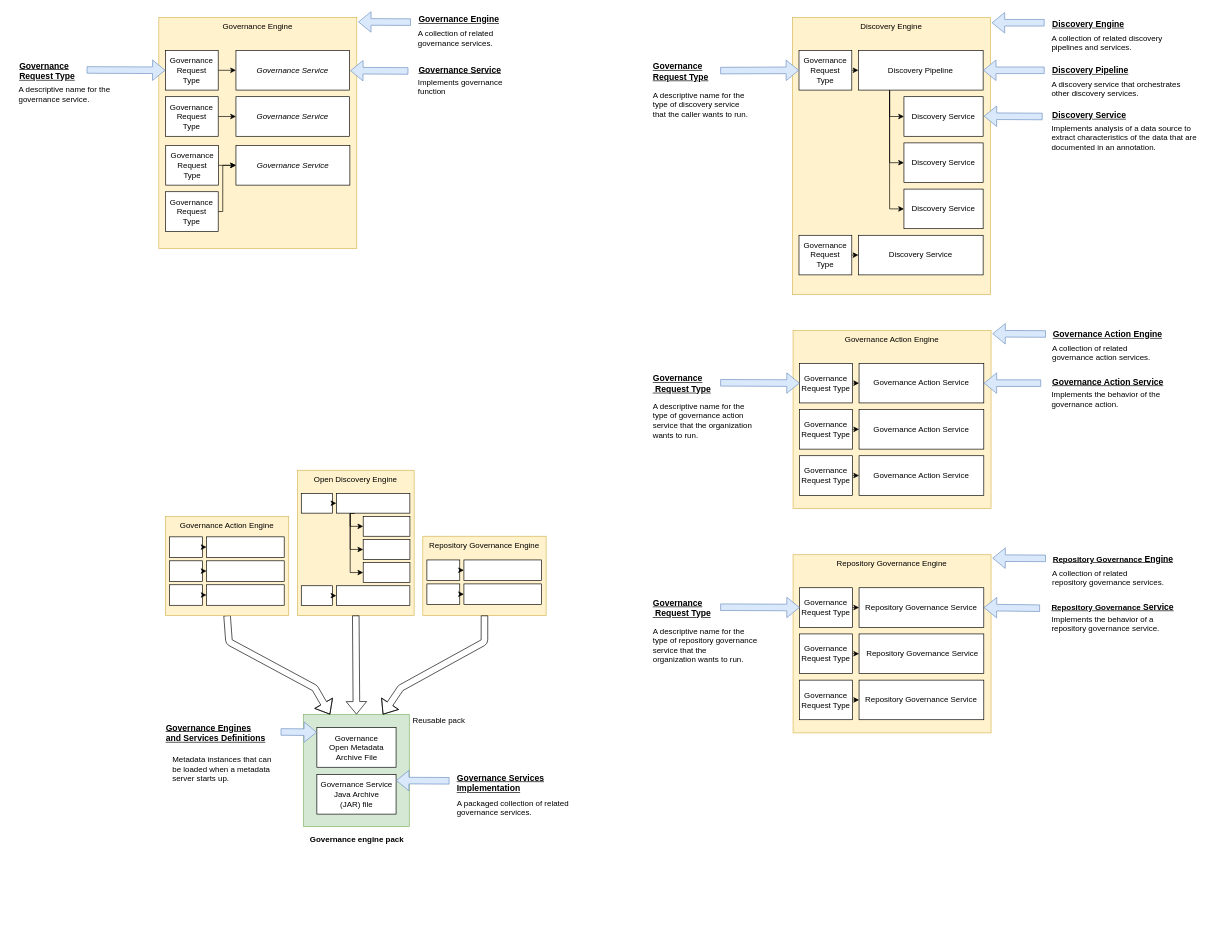
The draw.io diagram page "governance-engine-packs" (6 of 8) of site/docs/guides/developer/open-metadata-archives/open-metadata-archives.drawio in odpi/egeria-docs, before the edit. Source tidied: cells renumbered, new cells numbered last; positions are measured from the earlier drawing's top-left corner, leaving out a move shared by most shapes. Both pictures are drawn from the tidied source at 66%, with x=0, y=0 at pixel (11, 13).
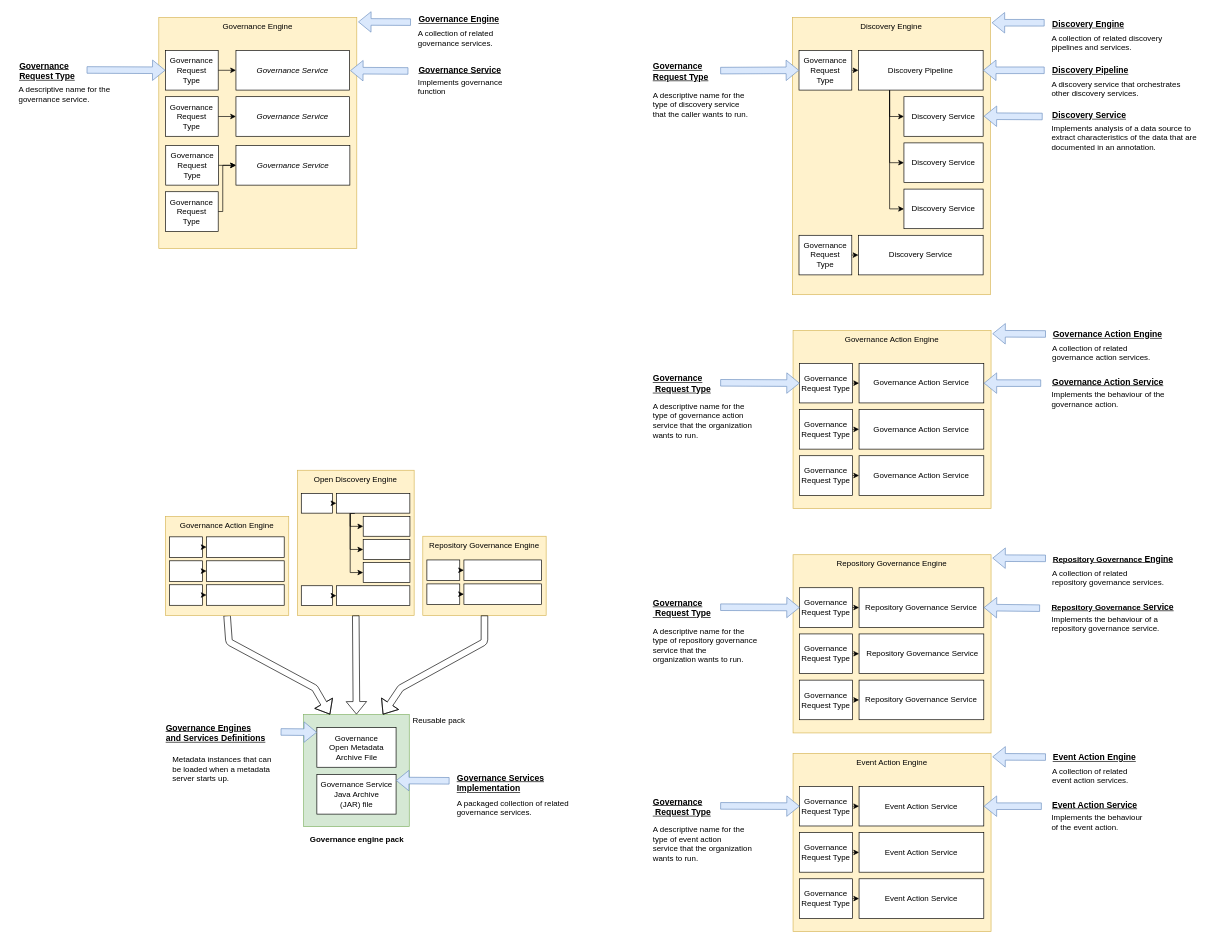
The same diagram, later.

What changed in the source:
```diff
@@
-    <mxCell id="52" value="Implements the behavior of the&lt;br&gt;governance action.&amp;nbsp;" style="text;html=1;align=left;verticalAlign=top;spacingTop=0;spacingLeft=9;" parent="1" vertex="1">
-      <mxGeometry x="1565.1" y="565" width="190" height="30" as="geometry" />
+    <mxCell id="52" value="Implements the behaviour of the&lt;br&gt;governance action.&amp;nbsp;" style="text;html=1;align=left;verticalAlign=top;spacingTop=0;spacingLeft=9;" parent="1" vertex="1">
+      <mxGeometry x="1565.1" y="565" width="200" height="40" as="geometry" />
     </mxCell>
@@
-    <mxCell id="71" value="Implements the behavior of a&lt;br&gt;repository governance service.&amp;nbsp;" style="text;html=1;align=left;verticalAlign=top;spacingTop=0;spacingLeft=9;" parent="1" vertex="1">
-      <mxGeometry x="1565.1" y="905" width="190" height="30" as="geometry" />
+    <mxCell id="71" value="Implements the behaviour of a&lt;br&gt;repository governance service.&amp;nbsp;" style="text;html=1;align=left;verticalAlign=top;spacingTop=0;spacingLeft=9;" parent="1" vertex="1">
+      <mxGeometry x="1565.1" y="905" width="200" height="40" as="geometry" />
     </mxCell>
@@
+    <mxCell id="130" value="Event Action Engine" style="rounded=0;whiteSpace=wrap;html=1;verticalAlign=top;fillColor=#fff2cc;strokeColor=#d6b656;" parent="1" vertex="1">
+      <mxGeometry x="1184.1" y="1122" width="300" height="270" as="geometry" />
+    </mxCell>
+    <mxCell id="131" value="Event Action Service" style="rounded=0;whiteSpace=wrap;html=1;" parent="1" vertex="1">
+      <mxGeometry x="1284.1" y="1172" width="189" height="60" as="geometry" />
+    </mxCell>
+    <mxCell id="132" value="A collection of related&lt;br&gt;event action services." style="text;html=1;align=left;verticalAlign=top;spacingTop=0;spacingLeft=9;" parent="1" vertex="1">
+      <mxGeometry x="1566.1" y="1136" width="150" height="40" as="geometry" />
+    </mxCell>
+    <mxCell id="133" value="Implements the behaviour&lt;br&gt;of the event action.&amp;nbsp;" style="text;html=1;align=left;verticalAlign=top;spacingTop=0;spacingLeft=9;" parent="1" vertex="1">
+      <mxGeometry x="1565.1" y="1206" width="170" height="40" as="geometry" />
+    </mxCell>
+    <mxCell id="134" style="shape=flexArrow;endArrow=classic;html=1;fillColor=#dae8fc;fontSize=13;strokeColor=#6c8ebf;entryX=1.007;entryY=0.019;entryDx=0;entryDy=0;entryPerimeter=0;" parent="1" edge="1" source="136" target="130">
+      <mxGeometry relative="1" as="geometry" />
+    </mxCell>
+    <mxCell id="135" style="shape=flexArrow;endArrow=classic;html=1;fillColor=#dae8fc;fontSize=13;entryX=1;entryY=0.5;entryDx=0;entryDy=0;exitX=-0.033;exitY=0.6;exitDx=0;exitDy=0;exitPerimeter=0;strokeColor=#6c8ebf;" parent="1" edge="1" source="137" target="131">
+      <mxGeometry relative="1" as="geometry" />
+    </mxCell>
+    <mxCell id="136" value="Event Action Engine" style="text;html=1;points=[];align=left;verticalAlign=top;spacingTop=-4;fontSize=13;fontStyle=5;spacingLeft=9;" parent="1" vertex="1">
+      <mxGeometry x="1567.1" y="1118" width="160" height="20" as="geometry" />
+    </mxCell>
+    <mxCell id="137" value="Event Action Service" style="text;html=1;points=[];align=left;verticalAlign=top;spacingTop=-4;fontSize=13;fontStyle=5;spacingLeft=9;" parent="1" vertex="1">
+      <mxGeometry x="1566.1" y="1190" width="160" height="20" as="geometry" />
+    </mxCell>
+    <mxCell id="138" style="edgeStyle=orthogonalEdgeStyle;rounded=0;jettySize=auto;html=1;exitX=1;exitY=0.5;exitDx=0;exitDy=0;entryX=0;entryY=0.5;entryDx=0;entryDy=0;startArrow=none;startFill=0;endArrow=classic;endFill=1;fontColor=#000000;" parent="1" edge="1" source="139" target="131">
+      <mxGeometry relative="1" as="geometry" />
+    </mxCell>
+    <mxCell id="139" value="Governance&lt;br&gt;Request Type" style="rounded=0;whiteSpace=wrap;html=1;align=center;" parent="1" vertex="1">
+      <mxGeometry x="1194.1" y="1172" width="80" height="60" as="geometry" />
+    </mxCell>
+    <mxCell id="140" value="A descriptive name for the&lt;br&gt;type of event action&lt;br&gt;service that the organization&lt;br&gt;wants to run." style="text;html=1;align=left;verticalAlign=top;spacingTop=0;spacingLeft=9;" parent="1" vertex="1">
+      <mxGeometry x="961" y="1224" width="180" height="70" as="geometry" />
+    </mxCell>
+    <mxCell id="141" style="shape=flexArrow;endArrow=classic;html=1;fillColor=#dae8fc;fontSize=13;strokeColor=#6c8ebf;exitX=1.026;exitY=0.55;exitDx=0;exitDy=0;exitPerimeter=0;entryX=0;entryY=0.5;entryDx=0;entryDy=0;" parent="1" edge="1" source="142" target="139">
+      <mxGeometry relative="1" as="geometry" />
+    </mxCell>
+    <mxCell id="142" value="Governance&lt;br&gt;&amp;nbsp;Request Type" style="text;html=1;points=[];align=left;verticalAlign=top;spacingTop=-4;fontSize=13;fontStyle=5;spacingLeft=9;" parent="1" vertex="1">
+      <mxGeometry x="961" y="1185" width="110" height="30" as="geometry" />
+    </mxCell>
+    <mxCell id="143" value="Event Action Service" style="rounded=0;whiteSpace=wrap;html=1;" parent="1" vertex="1">
+      <mxGeometry x="1284.1" y="1242" width="189" height="60" as="geometry" />
+    </mxCell>
+    <mxCell id="144" style="edgeStyle=orthogonalEdgeStyle;rounded=0;jettySize=auto;html=1;exitX=1;exitY=0.5;exitDx=0;exitDy=0;entryX=0;entryY=0.5;entryDx=0;entryDy=0;startArrow=none;startFill=0;endArrow=classic;endFill=1;fontColor=#000000;" parent="1" edge="1" source="145" target="143">
+      <mxGeometry relative="1" as="geometry" />
+    </mxCell>
+    <mxCell id="145" value="Governance&lt;br&gt;Request Type" style="rounded=0;whiteSpace=wrap;html=1;align=center;" parent="1" vertex="1">
+      <mxGeometry x="1194.1" y="1242" width="80" height="60" as="geometry" />
+    </mxCell>
+    <mxCell id="146" value="Event Action Service" style="rounded=0;whiteSpace=wrap;html=1;" parent="1" vertex="1">
+      <mxGeometry x="1284.1" y="1312" width="189" height="60" as="geometry" />
+    </mxCell>
+    <mxCell id="147" style="edgeStyle=orthogonalEdgeStyle;rounded=0;jettySize=auto;html=1;exitX=1;exitY=0.5;exitDx=0;exitDy=0;entryX=0;entryY=0.5;entryDx=0;entryDy=0;startArrow=none;startFill=0;endArrow=classic;endFill=1;fontColor=#000000;" parent="1" edge="1" source="148" target="146">
+      <mxGeometry relative="1" as="geometry" />
+    </mxCell>
+    <mxCell id="148" value="Governance&lt;br&gt;Request Type" style="rounded=0;whiteSpace=wrap;html=1;align=center;" parent="1" vertex="1">
+      <mxGeometry x="1194.1" y="1312" width="80" height="60" as="geometry" />
+    </mxCell>
```
